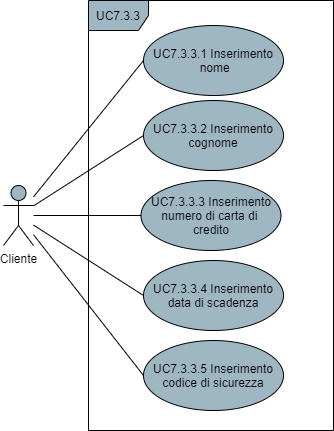
Earlier version of the draw.io export DocumentazioneEsterna/AnalisiDeiRequisiti/res/UseCase/Immagini/InserimentoDatiPagamento.png (Omicron-Team/Documentazione). Source tidied: cells renumbered, new cells last; positions are measured from the earlier drawing's top-left corner, leaving out a move shared by most shapes.
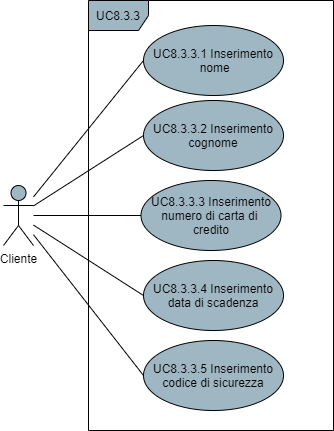
The same file after the commit.

Diff of the diagram source:
```diff
@@ -20,22 +20,22 @@
     <mxCell id="7" value="Cliente" style="shape=umlActor;verticalLabelPosition=bottom;verticalAlign=top;html=1;fillColor=#9FB6C3;" parent="1" vertex="1">
       <mxGeometry y="185" width="30" height="60" as="geometry" />
     </mxCell>
-    <mxCell id="8" value="UC7.3.3" style="shape=umlFrame;whiteSpace=wrap;html=1;fillColor=#9FB6C3;" parent="1" vertex="1">
+    <mxCell id="8" value="UC8.3.3" style="shape=umlFrame;whiteSpace=wrap;html=1;fillColor=#9FB6C3;" parent="1" vertex="1">
       <mxGeometry x="85" width="245" height="430" as="geometry" />
     </mxCell>
-    <mxCell id="9" value="UC7.3.3.1 Inserimento&lt;br&gt;&amp;nbsp;nome" style="ellipse;whiteSpace=wrap;html=1;fillColor=#9FB6C3;" parent="1" vertex="1">
+    <mxCell id="9" value="UC8.3.3.1 Inserimento&lt;br&gt;&amp;nbsp;nome" style="ellipse;whiteSpace=wrap;html=1;fillColor=#9FB6C3;" parent="1" vertex="1">
       <mxGeometry x="140" y="25" width="140" height="70" as="geometry" />
     </mxCell>
-    <mxCell id="10" value="UC7.3.3.2 Inserimento cognome" style="ellipse;whiteSpace=wrap;html=1;fillColor=#9FB6C3;" parent="1" vertex="1">
+    <mxCell id="10" value="UC8.3.3.2 Inserimento cognome" style="ellipse;whiteSpace=wrap;html=1;fillColor=#9FB6C3;" parent="1" vertex="1">
       <mxGeometry x="140" y="100" width="140" height="70" as="geometry" />
     </mxCell>
-    <mxCell id="11" value="UC7.3.3.3 Inserimento numero di carta di &lt;br&gt;credito" style="ellipse;whiteSpace=wrap;html=1;fillColor=#9FB6C3;" parent="1" vertex="1">
+    <mxCell id="11" value="UC8.3.3.3 Inserimento numero di carta di &lt;br&gt;credito" style="ellipse;whiteSpace=wrap;html=1;fillColor=#9FB6C3;" parent="1" vertex="1">
       <mxGeometry x="137.5" y="180" width="140" height="70" as="geometry" />
     </mxCell>
-    <mxCell id="12" value="UC7.3.3.4 Inserimento data di scadenza" style="ellipse;whiteSpace=wrap;html=1;fillColor=#9FB6C3;" parent="1" vertex="1">
+    <mxCell id="12" value="UC8.3.3.4 Inserimento data di scadenza" style="ellipse;whiteSpace=wrap;html=1;fillColor=#9FB6C3;" parent="1" vertex="1">
       <mxGeometry x="140" y="260" width="140" height="70" as="geometry" />
     </mxCell>
-    <mxCell id="13" value="UC7.3.3.5 Inserimento codice di sicurezza" style="ellipse;whiteSpace=wrap;html=1;fillColor=#9FB6C3;" parent="1" vertex="1">
+    <mxCell id="13" value="UC8.3.3.5 Inserimento codice di sicurezza" style="ellipse;whiteSpace=wrap;html=1;fillColor=#9FB6C3;" parent="1" vertex="1">
       <mxGeometry x="140" y="340" width="140" height="70" as="geometry" />
     </mxCell>
   </root>
```
